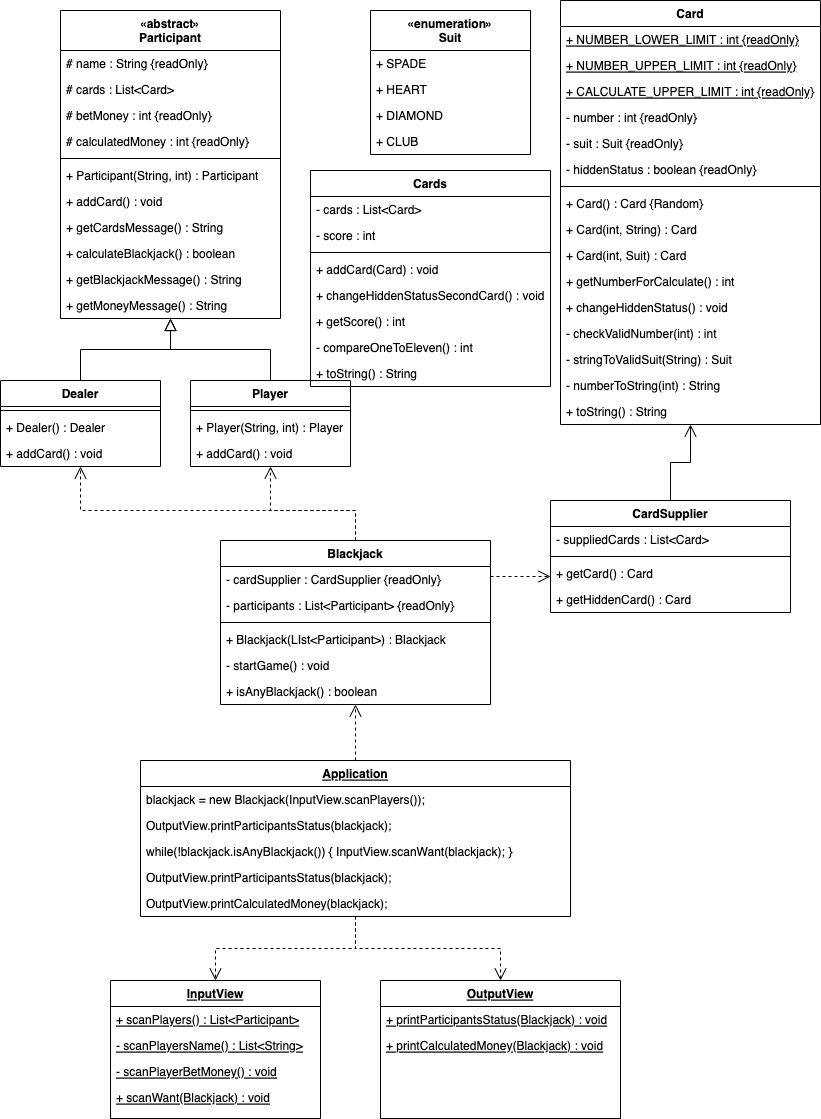
Earlier version of the draw.io export DiagramBlackjack.drawio.png (muttjimmypark/java-blackjack-playground). Source tidied: cells renumbered, new cells last; positions are measured from the earlier drawing's top-left corner, leaving out a move shared by most shapes.
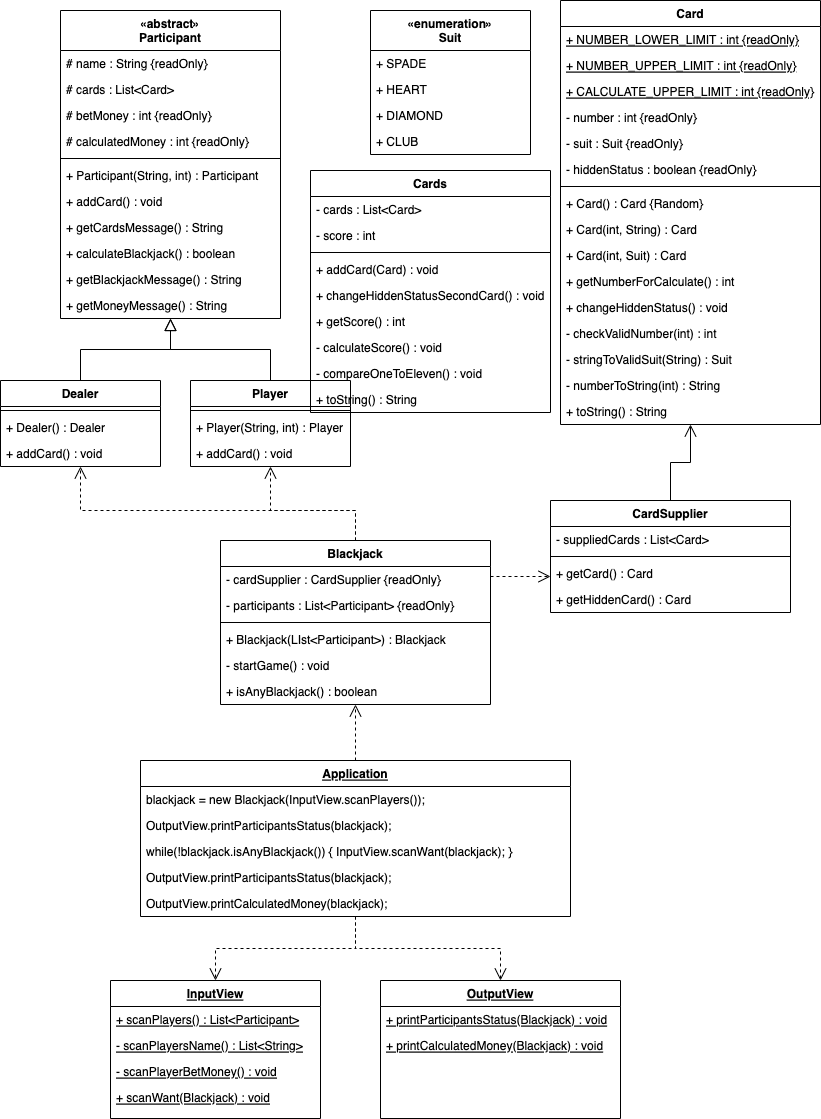
After the change.

Commit message:
fix(DiagramBlackjack) : Cards 부분

Diff of the diagram source:
```diff
@@ -227,7 +227,7 @@
       <mxGeometry relative="1" as="geometry" />
     </mxCell>
     <mxCell id="74" value="Cards" style="swimlane;fontStyle=1;align=center;verticalAlign=top;horizontal=1;startSize=26;rounded=0;shadow=0;strokeWidth=1;" parent="1" vertex="1">
-      <mxGeometry x="310" y="170" width="240" height="216" as="geometry" />
+      <mxGeometry x="310" y="170" width="240" height="242" as="geometry" />
     </mxCell>
     <mxCell id="75" value="- cards : List&lt;Card&gt;" style="text;align=left;verticalAlign=top;spacingLeft=4;spacingRight=4;overflow=hidden;rounded=0;shadow=0;html=0;" parent="74" vertex="1">
       <mxGeometry y="26" width="240" height="26" as="geometry" />
@@ -247,11 +247,14 @@
     <mxCell id="80" value="+ getScore() : int" style="text;align=left;verticalAlign=top;spacingLeft=4;spacingRight=4;overflow=hidden;" parent="74" vertex="1">
       <mxGeometry y="138" width="240" height="26" as="geometry" />
     </mxCell>
+    <mxCell id="88" value="- calculateScore() : void" style="text;align=left;verticalAlign=top;spacingLeft=4;spacingRight=4;overflow=hidden;" parent="74" vertex="1">
+      <mxGeometry y="164" width="240" height="26" as="geometry" />
+    </mxCell>
-    <mxCell id="81" value="- compareOneToEleven() : int" style="text;align=left;verticalAlign=top;spacingLeft=4;spacingRight=4;overflow=hidden;" parent="74" vertex="1">
-      <mxGeometry y="164" width="240" height="26" as="geometry" />
+    <mxCell id="81" value="- compareOneToEleven() : void" style="text;align=left;verticalAlign=top;spacingLeft=4;spacingRight=4;overflow=hidden;" parent="74" vertex="1">
+      <mxGeometry y="190" width="240" height="26" as="geometry" />
     </mxCell>
     <mxCell id="82" value="+ toString() : String" style="text;align=left;verticalAlign=top;spacingLeft=4;spacingRight=4;overflow=hidden;" parent="74" vertex="1">
-      <mxGeometry y="190" width="240" height="26" as="geometry" />
+      <mxGeometry y="216" width="240" height="26" as="geometry" />
     </mxCell>
     <mxCell id="83" value="«enumeration»&#10;Suit" style="swimlane;fontStyle=1;align=center;verticalAlign=top;horizontal=1;startSize=40;rounded=0;shadow=0;strokeWidth=1;" parent="1" vertex="1">
       <mxGeometry x="370" y="10" width="160" height="144" as="geometry" />
```
